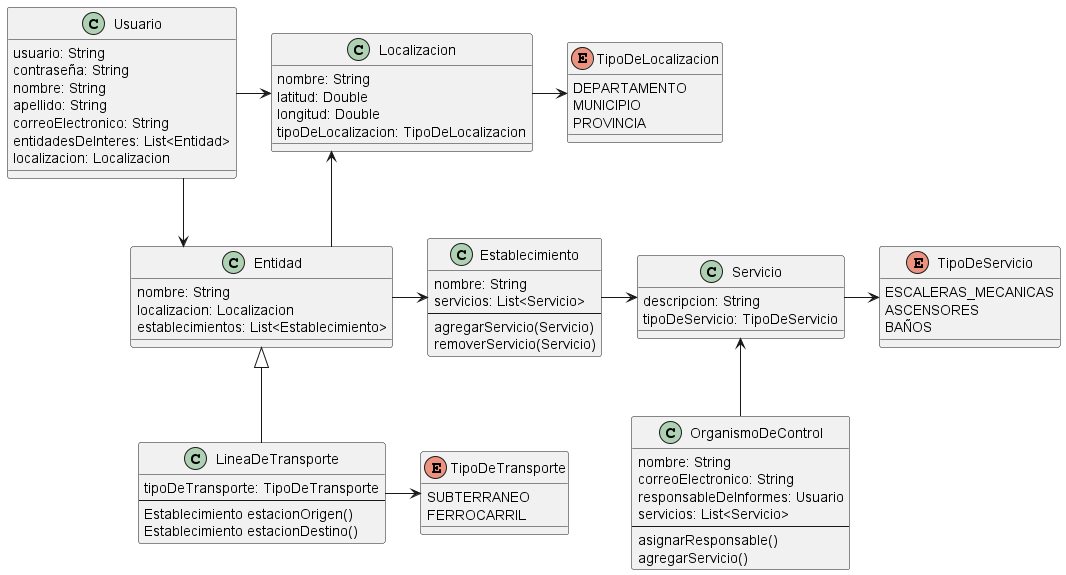
Earlier version of the PlantUML export docs/entrega-2/png/TPA2-Clases.png (ValenAquino/tp-dds-2023).
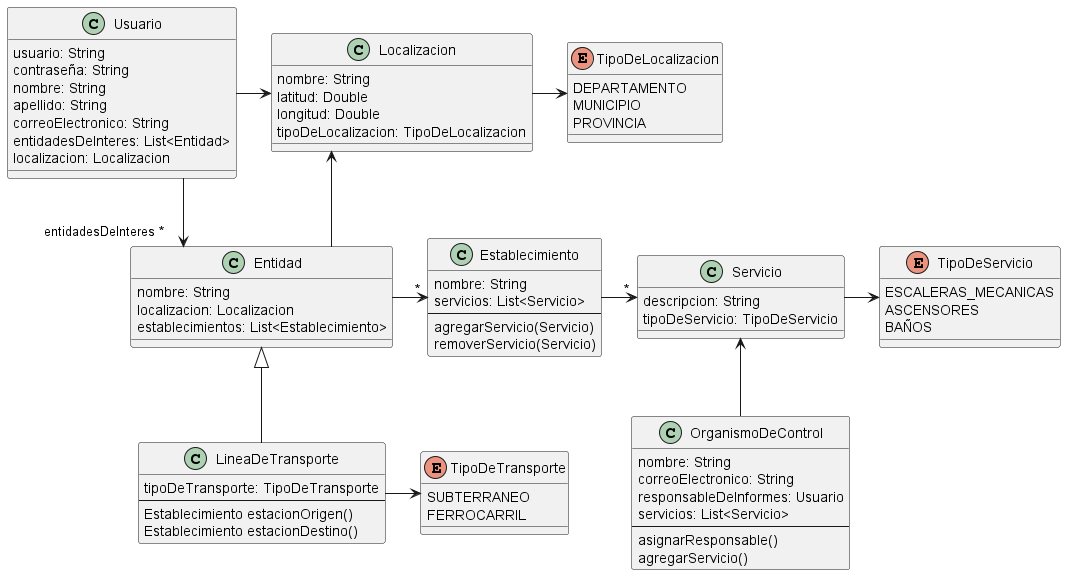
After the commit.

Commit message:
docs(clases): agregar asteriscos y especificar relacion de Usuario Entidad

Diff of the diagram source:
```diff
@@ -71,12 +71,12 @@
   agregarServicio()
 }
 
-Entidad -> Establecimiento
-Establecimiento -> Servicio
+Entidad ->"*" Establecimiento
+Establecimiento ->"*" Servicio
 Servicio -> TipoDeServicio
 Entidad <|-- LineaDeTransporte
 LineaDeTransporte -> TipoDeTransporte
-Usuario --> Entidad
+Usuario -->"entidadesDeInteres *" Entidad
 Usuario -> Localizacion
 Localizacion <- Entidad
 Localizacion -> TipoDeLocalizacion
```
